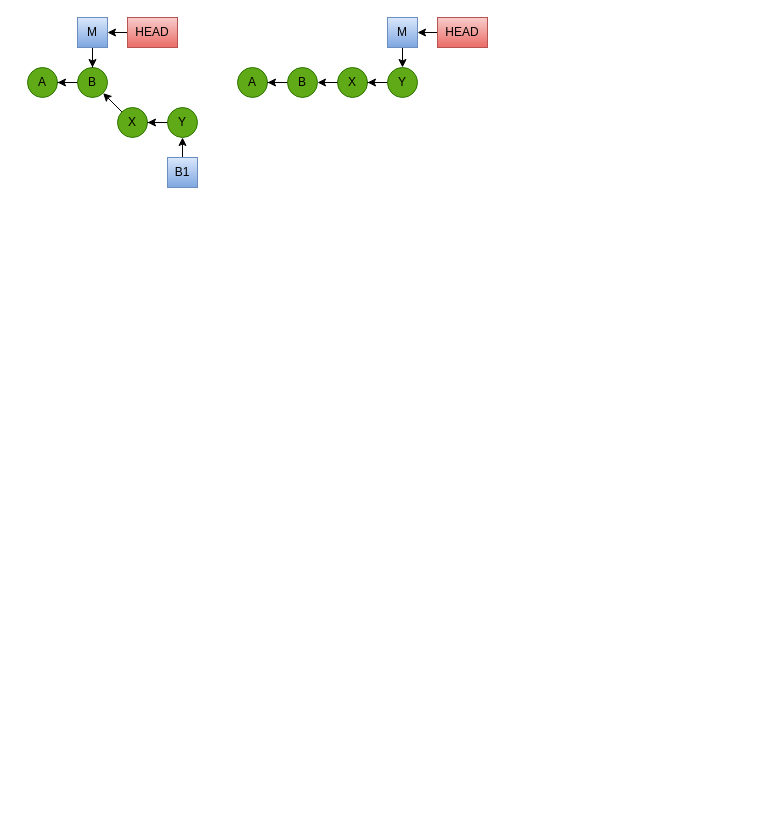
The draw.io diagram page "Git3" (3 of 3) of git/images/Git.drawio in lacounty-isab/workshops, before the edit. Source tidied: cells renumbered, new cells numbered last; positions are measured from the earlier drawing's top-left corner, leaving out a move shared by most shapes. Both pictures are drawn from the tidied source at 100%, with x=0, y=0 at pixel (27, 17).
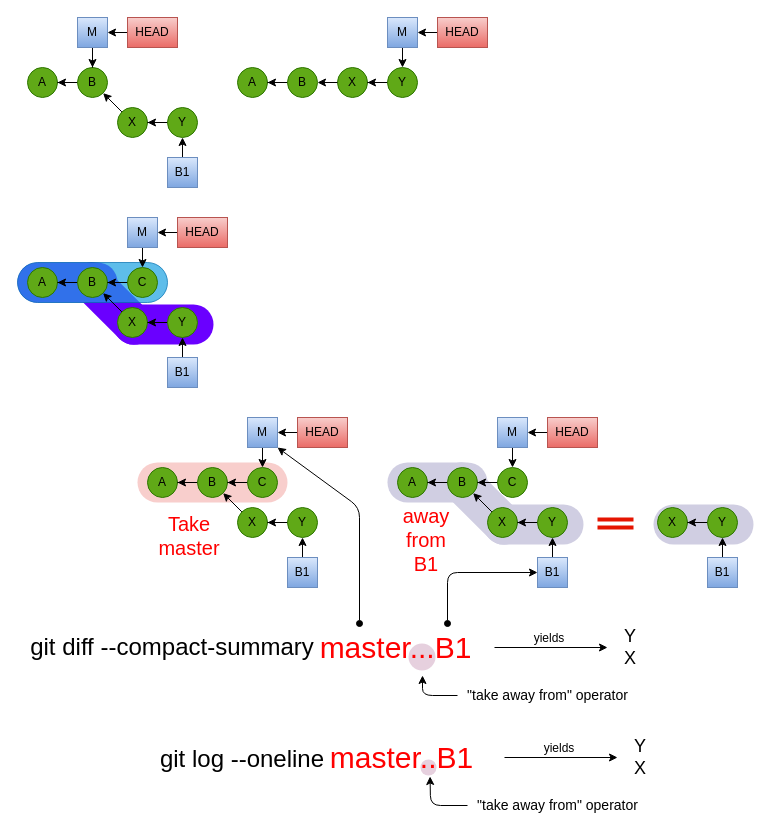
The same page after the edit.

What changed in the source:
```diff
@@
+    <mxCell id="26" parent="0" />
+    <mxCell id="27" style="rounded=1;whiteSpace=wrap;html=1;arcSize=50;fillColor=#6a00ff;strokeColor=none;fontColor=#ffffff;" parent="26" vertex="1">
+      <mxGeometry x="-10" y="245" width="100" height="40" as="geometry" />
+    </mxCell>
+    <mxCell id="28" style="rounded=1;whiteSpace=wrap;html=1;arcSize=50;fillColor=#6a00ff;rotation=45;strokeColor=none;fontColor=#ffffff;" parent="26" vertex="1">
+      <mxGeometry x="35" y="266" width="100" height="40" as="geometry" />
+    </mxCell>
+    <mxCell id="29" style="rounded=1;whiteSpace=wrap;html=1;arcSize=50;fillColor=#6a00ff;strokeColor=none;fontColor=#ffffff;" parent="26" vertex="1">
+      <mxGeometry x="86" y="287" width="100" height="40" as="geometry" />
+    </mxCell>
+    <mxCell id="30" parent="0" />
+    <mxCell id="31" style="rounded=1;whiteSpace=wrap;html=1;arcSize=50;fillColor=#1ba1e2;strokeColor=#006EAF;opacity=70;fontColor=#ffffff;" parent="30" vertex="1">
+      <mxGeometry x="-10" y="245" width="150" height="40" as="geometry" />
+    </mxCell>
@@
+    <mxCell id="32" style="ellipse;whiteSpace=wrap;html=1;labelBackgroundColor=#ffffff;fillColor=#E6D0DE;fontColor=#000000;strokeColor=none;" parent="1" vertex="1">
+      <mxGeometry x="381" y="626" width="27" height="27" as="geometry" />
+    </mxCell>
@@
+    <mxCell id="33" value="&lt;font color=&quot;#000000&quot;&gt;A&lt;/font&gt;" style="ellipse;whiteSpace=wrap;html=1;fillColor=#60a917;strokeColor=#2D7600;fontColor=#ffffff;" parent="1" vertex="1">
+      <mxGeometry y="250" width="30" height="30" as="geometry" />
+    </mxCell>
+    <mxCell id="34" style="edgeStyle=orthogonalEdgeStyle;rounded=0;jettySize=auto;html=1;entryX=1;entryY=0.5;entryDx=0;entryDy=0;" parent="1" edge="1" source="35" target="33">
+      <mxGeometry relative="1" as="geometry" />
+    </mxCell>
+    <mxCell id="35" value="&lt;font color=&quot;#000000&quot;&gt;B&lt;/font&gt;" style="ellipse;whiteSpace=wrap;html=1;fillColor=#60a917;strokeColor=#2D7600;fontColor=#ffffff;" parent="1" vertex="1">
+      <mxGeometry x="50" y="250" width="30" height="30" as="geometry" />
+    </mxCell>
+    <mxCell id="36" style="edgeStyle=orthogonalEdgeStyle;rounded=0;jettySize=auto;html=1;entryX=0.5;entryY=0;entryDx=0;entryDy=0;" parent="1" edge="1" source="37">
+      <mxGeometry relative="1" as="geometry">
+        <mxPoint x="115" y="250" as="targetPoint" />
+      </mxGeometry>
+    </mxCell>
+    <mxCell id="37" value="M" style="whiteSpace=wrap;html=1;fillColor=#dae8fc;strokeColor=#6c8ebf;gradientColor=#7ea6e0;" parent="1" vertex="1">
+      <mxGeometry x="100" y="200" width="30" height="30" as="geometry" />
+    </mxCell>
+    <mxCell id="38" style="edgeStyle=orthogonalEdgeStyle;rounded=0;jettySize=auto;html=1;entryX=1;entryY=0.5;entryDx=0;entryDy=0;fontColor=#000000;" parent="1" edge="1" source="39">
+      <mxGeometry relative="1" as="geometry">
+        <mxPoint x="130" y="215" as="targetPoint" />
+      </mxGeometry>
+    </mxCell>
+    <mxCell id="39" value="HEAD" style="rounded=0;whiteSpace=wrap;html=1;fillColor=#f8cecc;strokeColor=#b85450;gradientColor=#ea6b66;" parent="1" vertex="1">
+      <mxGeometry x="150" y="200" width="50" height="30" as="geometry" />
+    </mxCell>
+    <mxCell id="40" style="edgeStyle=orthogonalEdgeStyle;rounded=0;jettySize=auto;html=1;entryX=0.5;entryY=1;entryDx=0;entryDy=0;fontColor=#000000;" parent="1" edge="1" source="41">
+      <mxGeometry relative="1" as="geometry">
+        <mxPoint x="155" y="320" as="targetPoint" />
+      </mxGeometry>
+    </mxCell>
+    <mxCell id="41" value="B1" style="whiteSpace=wrap;html=1;fillColor=#dae8fc;strokeColor=#6c8ebf;gradientColor=#7ea6e0;" parent="1" vertex="1">
+      <mxGeometry x="140" y="340" width="30" height="30" as="geometry" />
+    </mxCell>
+    <mxCell id="42" value="&lt;font color=&quot;#000000&quot;&gt;X&lt;/font&gt;" style="ellipse;whiteSpace=wrap;html=1;fillColor=#60a917;strokeColor=#2D7600;fontColor=#ffffff;" parent="1" vertex="1">
+      <mxGeometry x="90" y="290" width="30" height="30" as="geometry" />
+    </mxCell>
+    <mxCell id="43" style="endArrow=classic;html=1;fontColor=#000000;entryX=1;entryY=1;entryDx=0;entryDy=0;exitX=0;exitY=0;exitDx=0;exitDy=0;" parent="1" edge="1" source="42" target="35">
+      <mxGeometry relative="1" as="geometry" />
+    </mxCell>
+    <mxCell id="44" style="edgeStyle=orthogonalEdgeStyle;rounded=0;jettySize=auto;html=1;entryX=1;entryY=0.5;entryDx=0;entryDy=0;fontColor=#000000;" parent="1" edge="1" source="45" target="42">
+      <mxGeometry relative="1" as="geometry" />
+    </mxCell>
+    <mxCell id="45" value="&lt;font color=&quot;#000000&quot;&gt;Y&lt;/font&gt;" style="ellipse;whiteSpace=wrap;html=1;fillColor=#60a917;strokeColor=#2D7600;fontColor=#ffffff;" parent="1" vertex="1">
+      <mxGeometry x="140" y="290" width="30" height="30" as="geometry" />
+    </mxCell>
+    <mxCell id="46" style="edgeStyle=orthogonalEdgeStyle;rounded=0;jettySize=auto;html=1;entryX=1;entryY=0.5;entryDx=0;entryDy=0;" parent="1" edge="1" source="47" target="35">
+      <mxGeometry relative="1" as="geometry" />
+    </mxCell>
+    <mxCell id="47" value="&lt;font color=&quot;#000000&quot;&gt;C&lt;/font&gt;" style="ellipse;whiteSpace=wrap;html=1;fillColor=#60a917;strokeColor=#2D7600;fontColor=#ffffff;" parent="1" vertex="1">
+      <mxGeometry x="100" y="250" width="30" height="30" as="geometry" />
+    </mxCell>
+    <mxCell id="48" style="rounded=1;whiteSpace=wrap;html=1;arcSize=50;fillColor=#f8cecc;strokeColor=none;" parent="1" vertex="1">
+      <mxGeometry x="110" y="445" width="150" height="40" as="geometry" />
+    </mxCell>
+    <mxCell id="49" value="&lt;font color=&quot;#000000&quot;&gt;A&lt;/font&gt;" style="ellipse;whiteSpace=wrap;html=1;fillColor=#60a917;strokeColor=#2D7600;fontColor=#ffffff;" parent="1" vertex="1">
+      <mxGeometry x="120" y="450" width="30" height="30" as="geometry" />
+    </mxCell>
+    <mxCell id="50" style="edgeStyle=orthogonalEdgeStyle;rounded=0;jettySize=auto;html=1;entryX=1;entryY=0.5;entryDx=0;entryDy=0;" parent="1" edge="1" source="51" target="49">
+      <mxGeometry relative="1" as="geometry" />
+    </mxCell>
+    <mxCell id="51" value="&lt;font color=&quot;#000000&quot;&gt;B&lt;/font&gt;" style="ellipse;whiteSpace=wrap;html=1;fillColor=#60a917;strokeColor=#2D7600;fontColor=#ffffff;" parent="1" vertex="1">
+      <mxGeometry x="170" y="450" width="30" height="30" as="geometry" />
+    </mxCell>
+    <mxCell id="52" style="edgeStyle=orthogonalEdgeStyle;rounded=0;jettySize=auto;html=1;entryX=0.5;entryY=0;entryDx=0;entryDy=0;" parent="1" edge="1" source="53">
+      <mxGeometry relative="1" as="geometry">
+        <mxPoint x="235" y="450" as="targetPoint" />
+      </mxGeometry>
+    </mxCell>
+    <mxCell id="53" value="M" style="whiteSpace=wrap;html=1;fillColor=#dae8fc;strokeColor=#6c8ebf;gradientColor=#7ea6e0;" parent="1" vertex="1">
+      <mxGeometry x="220" y="400" width="30" height="30" as="geometry" />
+    </mxCell>
+    <mxCell id="54" style="edgeStyle=orthogonalEdgeStyle;rounded=0;jettySize=auto;html=1;entryX=1;entryY=0.5;entryDx=0;entryDy=0;fontColor=#000000;" parent="1" edge="1" source="55">
+      <mxGeometry relative="1" as="geometry">
+        <mxPoint x="250" y="415" as="targetPoint" />
+      </mxGeometry>
+    </mxCell>
+    <mxCell id="55" value="HEAD" style="rounded=0;whiteSpace=wrap;html=1;fillColor=#f8cecc;strokeColor=#b85450;gradientColor=#ea6b66;" parent="1" vertex="1">
+      <mxGeometry x="270" y="400" width="50" height="30" as="geometry" />
+    </mxCell>
+    <mxCell id="56" style="edgeStyle=orthogonalEdgeStyle;rounded=0;jettySize=auto;html=1;entryX=0.5;entryY=1;entryDx=0;entryDy=0;fontColor=#000000;" parent="1" edge="1" source="57">
+      <mxGeometry relative="1" as="geometry">
+        <mxPoint x="275" y="520" as="targetPoint" />
+      </mxGeometry>
+    </mxCell>
+    <mxCell id="57" value="B1" style="whiteSpace=wrap;html=1;fillColor=#dae8fc;strokeColor=#6c8ebf;gradientColor=#7ea6e0;" parent="1" vertex="1">
+      <mxGeometry x="260" y="540" width="30" height="30" as="geometry" />
+    </mxCell>
+    <mxCell id="58" value="&lt;font color=&quot;#000000&quot;&gt;X&lt;/font&gt;" style="ellipse;whiteSpace=wrap;html=1;fillColor=#60a917;strokeColor=#2D7600;fontColor=#ffffff;" parent="1" vertex="1">
+      <mxGeometry x="210" y="490" width="30" height="30" as="geometry" />
+    </mxCell>
+    <mxCell id="59" style="endArrow=classic;html=1;fontColor=#000000;entryX=1;entryY=1;entryDx=0;entryDy=0;exitX=0;exitY=0;exitDx=0;exitDy=0;" parent="1" edge="1" source="58" target="51">
+      <mxGeometry relative="1" as="geometry" />
+    </mxCell>
+    <mxCell id="60" style="edgeStyle=orthogonalEdgeStyle;rounded=0;jettySize=auto;html=1;entryX=1;entryY=0.5;entryDx=0;entryDy=0;fontColor=#000000;" parent="1" edge="1" source="61" target="58">
+      <mxGeometry relative="1" as="geometry" />
+    </mxCell>
+    <mxCell id="61" value="&lt;font color=&quot;#000000&quot;&gt;Y&lt;/font&gt;" style="ellipse;whiteSpace=wrap;html=1;fillColor=#60a917;strokeColor=#2D7600;fontColor=#ffffff;" parent="1" vertex="1">
+      <mxGeometry x="260" y="490" width="30" height="30" as="geometry" />
+    </mxCell>
+    <mxCell id="62" style="edgeStyle=orthogonalEdgeStyle;rounded=0;jettySize=auto;html=1;entryX=1;entryY=0.5;entryDx=0;entryDy=0;" parent="1" edge="1" source="63" target="51">
+      <mxGeometry relative="1" as="geometry" />
+    </mxCell>
+    <mxCell id="63" value="&lt;font color=&quot;#000000&quot;&gt;C&lt;/font&gt;" style="ellipse;whiteSpace=wrap;html=1;fillColor=#60a917;strokeColor=#2D7600;fontColor=#ffffff;" parent="1" vertex="1">
+      <mxGeometry x="220" y="450" width="30" height="30" as="geometry" />
+    </mxCell>
+    <mxCell id="64" value="&lt;font style=&quot;font-size: 20px&quot;&gt;Take master&lt;/font&gt;" style="text;html=1;strokeColor=none;fillColor=none;align=center;verticalAlign=middle;whiteSpace=wrap;rounded=0;opacity=50;fontColor=#FF0000;" parent="1" vertex="1">
+      <mxGeometry x="122" y="495" width="80" height="46" as="geometry" />
+    </mxCell>
+    <mxCell id="65" style="rounded=1;whiteSpace=wrap;html=1;arcSize=50;fillColor=#d0cee2;strokeColor=none;" parent="1" vertex="1">
+      <mxGeometry x="360" y="445" width="100" height="40" as="geometry" />
+    </mxCell>
+    <mxCell id="66" style="rounded=1;whiteSpace=wrap;html=1;arcSize=50;fillColor=#d0cee2;rotation=45;strokeColor=none;" parent="1" vertex="1">
+      <mxGeometry x="405" y="466" width="100" height="40" as="geometry" />
+    </mxCell>
+    <mxCell id="67" style="rounded=1;whiteSpace=wrap;html=1;arcSize=50;fillColor=#d0cee2;strokeColor=none;" parent="1" vertex="1">
+      <mxGeometry x="456" y="487" width="100" height="40" as="geometry" />
+    </mxCell>
+    <mxCell id="68" value="&lt;font color=&quot;#000000&quot;&gt;A&lt;/font&gt;" style="ellipse;whiteSpace=wrap;html=1;fillColor=#60a917;strokeColor=#2D7600;fontColor=#ffffff;" parent="1" vertex="1">
+      <mxGeometry x="370" y="450" width="30" height="30" as="geometry" />
+    </mxCell>
+    <mxCell id="69" style="edgeStyle=orthogonalEdgeStyle;rounded=0;jettySize=auto;html=1;entryX=1;entryY=0.5;entryDx=0;entryDy=0;" parent="1" edge="1" source="70" target="68">
+      <mxGeometry relative="1" as="geometry" />
+    </mxCell>
+    <mxCell id="70" value="&lt;font color=&quot;#000000&quot;&gt;B&lt;/font&gt;" style="ellipse;whiteSpace=wrap;html=1;fillColor=#60a917;strokeColor=#2D7600;fontColor=#ffffff;" parent="1" vertex="1">
+      <mxGeometry x="420" y="450" width="30" height="30" as="geometry" />
+    </mxCell>
+    <mxCell id="71" style="edgeStyle=orthogonalEdgeStyle;rounded=0;jettySize=auto;html=1;entryX=0.5;entryY=0;entryDx=0;entryDy=0;" parent="1" edge="1" source="72">
+      <mxGeometry relative="1" as="geometry">
+        <mxPoint x="485" y="450" as="targetPoint" />
+      </mxGeometry>
+    </mxCell>
+    <mxCell id="72" value="M" style="whiteSpace=wrap;html=1;fillColor=#dae8fc;strokeColor=#6c8ebf;gradientColor=#7ea6e0;" parent="1" vertex="1">
+      <mxGeometry x="470" y="400" width="30" height="30" as="geometry" />
+    </mxCell>
+    <mxCell id="73" style="edgeStyle=orthogonalEdgeStyle;rounded=0;jettySize=auto;html=1;entryX=1;entryY=0.5;entryDx=0;entryDy=0;fontColor=#000000;" parent="1" edge="1" source="74">
+      <mxGeometry relative="1" as="geometry">
+        <mxPoint x="500" y="415" as="targetPoint" />
+      </mxGeometry>
+    </mxCell>
+    <mxCell id="74" value="HEAD" style="rounded=0;whiteSpace=wrap;html=1;fillColor=#f8cecc;strokeColor=#b85450;gradientColor=#ea6b66;" parent="1" vertex="1">
+      <mxGeometry x="520" y="400" width="50" height="30" as="geometry" />
+    </mxCell>
+    <mxCell id="75" style="edgeStyle=orthogonalEdgeStyle;rounded=0;jettySize=auto;html=1;entryX=0.5;entryY=1;entryDx=0;entryDy=0;fontColor=#000000;" parent="1" edge="1" source="76">
+      <mxGeometry relative="1" as="geometry">
+        <mxPoint x="525" y="520" as="targetPoint" />
+      </mxGeometry>
+    </mxCell>
+    <mxCell id="76" value="B1" style="whiteSpace=wrap;html=1;fillColor=#dae8fc;strokeColor=#6c8ebf;gradientColor=#7ea6e0;" parent="1" vertex="1">
+      <mxGeometry x="510" y="540" width="30" height="30" as="geometry" />
+    </mxCell>
+    <mxCell id="77" value="&lt;font color=&quot;#000000&quot;&gt;X&lt;/font&gt;" style="ellipse;whiteSpace=wrap;html=1;fillColor=#60a917;strokeColor=#2D7600;fontColor=#ffffff;" parent="1" vertex="1">
+      <mxGeometry x="460" y="490" width="30" height="30" as="geometry" />
+    </mxCell>
+    <mxCell id="78" style="endArrow=classic;html=1;fontColor=#000000;entryX=1;entryY=1;entryDx=0;entryDy=0;exitX=0;exitY=0;exitDx=0;exitDy=0;" parent="1" edge="1" source="77" target="70">
+      <mxGeometry relative="1" as="geometry" />
+    </mxCell>
+    <mxCell id="79" style="edgeStyle=orthogonalEdgeStyle;rounded=0;jettySize=auto;html=1;entryX=1;entryY=0.5;entryDx=0;entryDy=0;fontColor=#000000;" parent="1" edge="1" source="80" target="77">
+      <mxGeometry relative="1" as="geometry" />
+    </mxCell>
+    <mxCell id="80" value="&lt;font color=&quot;#000000&quot;&gt;Y&lt;/font&gt;" style="ellipse;whiteSpace=wrap;html=1;fillColor=#60a917;strokeColor=#2D7600;fontColor=#ffffff;" parent="1" vertex="1">
+      <mxGeometry x="510" y="490" width="30" height="30" as="geometry" />
+    </mxCell>
+    <mxCell id="81" style="edgeStyle=orthogonalEdgeStyle;rounded=0;jettySize=auto;html=1;entryX=1;entryY=0.5;entryDx=0;entryDy=0;" parent="1" edge="1" source="82" target="70">
+      <mxGeometry relative="1" as="geometry" />
+    </mxCell>
+    <mxCell id="82" value="&lt;font color=&quot;#000000&quot;&gt;C&lt;/font&gt;" style="ellipse;whiteSpace=wrap;html=1;fillColor=#60a917;strokeColor=#2D7600;fontColor=#ffffff;" parent="1" vertex="1">
+      <mxGeometry x="470" y="450" width="30" height="30" as="geometry" />
+    </mxCell>
+    <mxCell id="83" value="&lt;font style=&quot;font-size: 20px&quot;&gt;away&lt;br&gt;from&lt;br&gt;B1&lt;br&gt;&lt;/font&gt;" style="text;html=1;strokeColor=none;fillColor=none;align=center;verticalAlign=middle;whiteSpace=wrap;rounded=0;opacity=50;fontColor=#FF0000;" parent="1" vertex="1">
+      <mxGeometry x="369" y="487" width="60" height="70" as="geometry" />
+    </mxCell>
+    <mxCell id="84" style="rounded=1;whiteSpace=wrap;html=1;arcSize=50;fillColor=#d0cee2;strokeColor=none;" parent="1" vertex="1">
+      <mxGeometry x="626" y="487" width="100" height="40" as="geometry" />
+    </mxCell>
+    <mxCell id="85" style="edgeStyle=orthogonalEdgeStyle;rounded=0;jettySize=auto;html=1;entryX=0.5;entryY=1;entryDx=0;entryDy=0;fontColor=#000000;" parent="1" edge="1" source="86">
+      <mxGeometry relative="1" as="geometry">
+        <mxPoint x="695" y="520" as="targetPoint" />
+      </mxGeometry>
+    </mxCell>
+    <mxCell id="86" value="B1" style="whiteSpace=wrap;html=1;fillColor=#dae8fc;strokeColor=#6c8ebf;gradientColor=#7ea6e0;" parent="1" vertex="1">
+      <mxGeometry x="680" y="540" width="30" height="30" as="geometry" />
+    </mxCell>
+    <mxCell id="87" value="&lt;font color=&quot;#000000&quot;&gt;X&lt;/font&gt;" style="ellipse;whiteSpace=wrap;html=1;fillColor=#60a917;strokeColor=#2D7600;fontColor=#ffffff;" parent="1" vertex="1">
+      <mxGeometry x="630" y="490" width="30" height="30" as="geometry" />
+    </mxCell>
+    <mxCell id="88" style="edgeStyle=orthogonalEdgeStyle;rounded=0;jettySize=auto;html=1;entryX=1;entryY=0.5;entryDx=0;entryDy=0;fontColor=#000000;" parent="1" edge="1" source="89" target="87">
+      <mxGeometry relative="1" as="geometry" />
+    </mxCell>
+    <mxCell id="89" value="&lt;font color=&quot;#000000&quot;&gt;Y&lt;/font&gt;" style="ellipse;whiteSpace=wrap;html=1;fillColor=#60a917;strokeColor=#2D7600;fontColor=#ffffff;" parent="1" vertex="1">
+      <mxGeometry x="680" y="490" width="30" height="30" as="geometry" />
+    </mxCell>
+    <mxCell id="90" value="&lt;font style=&quot;font-size: 30px&quot;&gt;master...B1&lt;/font&gt;" style="text;html=1;strokeColor=none;fillColor=none;align=center;verticalAlign=middle;whiteSpace=wrap;rounded=0;fontColor=#FF0000;" parent="1" vertex="1">
+      <mxGeometry x="270" y="610" width="197" height="40" as="geometry" />
+    </mxCell>
+    <mxCell id="91" style="endArrow=classic;html=1;fontColor=#FF0000;entryX=1;entryY=1;entryDx=0;entryDy=0;startArrow=oval;startFill=1;" parent="1" edge="1" target="53">
+      <mxGeometry relative="1" as="geometry">
+        <mxPoint x="332" y="606" as="sourcePoint" />
+        <Array as="points">
+          <mxPoint x="332" y="490" />
+        </Array>
+      </mxGeometry>
+    </mxCell>
+    <mxCell id="92" style="endArrow=classic;html=1;fontColor=#FF0000;exitX=0.25;exitY=0;exitDx=0;exitDy=0;entryX=0;entryY=0.5;entryDx=0;entryDy=0;startArrow=oval;startFill=1;" parent="1" edge="1" target="76">
+      <mxGeometry relative="1" as="geometry">
+        <mxPoint x="420" y="606" as="sourcePoint" />
+        <Array as="points">
+          <mxPoint x="420" y="555" />
+        </Array>
+      </mxGeometry>
+    </mxCell>
+    <mxCell id="93" value="&lt;font color=&quot;#000000&quot; style=&quot;font-size: 24px&quot;&gt;git diff --compact-summary&lt;/font&gt;" style="text;html=1;strokeColor=none;fillColor=none;align=center;verticalAlign=middle;whiteSpace=wrap;rounded=0;fontColor=#FF0000;" parent="1" vertex="1">
+      <mxGeometry x="-10" y="615" width="310" height="30" as="geometry" />
+    </mxCell>
+    <mxCell id="94" value="&lt;font style=&quot;font-size: 18px&quot;&gt;Y&lt;br&gt;X&lt;/font&gt;" style="text;html=1;strokeColor=none;fillColor=none;align=center;verticalAlign=middle;whiteSpace=wrap;rounded=0;fontColor=#000000;" parent="1" vertex="1">
+      <mxGeometry x="580" y="615.5" width="46" height="29" as="geometry" />
+    </mxCell>
+    <mxCell id="95" style="endArrow=classic;html=1;fontColor=#000000;entryX=0;entryY=0.5;entryDx=0;entryDy=0;" parent="1" edge="1" source="90" target="94">
+      <mxGeometry relative="1" as="geometry" />
+    </mxCell>
+    <mxCell id="96" style="group;" parent="1" vertex="1">
+      <mxGeometry x="570" y="500" width="36" height="12" as="geometry" />
+    </mxCell>
+    <mxCell id="97" style="group;" parent="96" vertex="1">
+      <mxGeometry width="36" height="12" as="geometry" />
+    </mxCell>
+    <mxCell id="98" style="rounded=0;whiteSpace=wrap;html=1;fillColor=#e51400;fontColor=#ffffff;strokeColor=none;" parent="97" vertex="1">
+      <mxGeometry width="36" height="4" as="geometry" />
+    </mxCell>
+    <mxCell id="99" style="rounded=0;whiteSpace=wrap;html=1;fillColor=#e51400;fontColor=#ffffff;strokeColor=none;" parent="97" vertex="1">
+      <mxGeometry y="8" width="36" height="4" as="geometry" />
+    </mxCell>
+    <mxCell id="100" style="endArrow=classic;html=1;fontColor=#000000;" parent="1" edge="1">
+      <mxGeometry relative="1" as="geometry">
+        <mxPoint x="430" y="678" as="sourcePoint" />
+        <mxPoint x="395" y="658" as="targetPoint" />
+        <Array as="points">
+          <mxPoint x="395" y="678" />
+        </Array>
+      </mxGeometry>
+    </mxCell>
+    <mxCell id="101" value="&lt;font style=&quot;font-size: 14px&quot;&gt;&quot;take away from&quot; operator&lt;/font&gt;" style="text;html=1;strokeColor=none;fillColor=none;align=center;verticalAlign=middle;whiteSpace=wrap;rounded=0;labelBackgroundColor=none;fontColor=#000000;" parent="1" vertex="1">
+      <mxGeometry x="431" y="668" width="179" height="20" as="geometry" />
+    </mxCell>
+    <mxCell id="102" value="yields" style="text;html=1;strokeColor=none;fillColor=none;align=center;verticalAlign=middle;whiteSpace=wrap;rounded=0;labelBackgroundColor=none;fontColor=#000000;" parent="1" vertex="1">
+      <mxGeometry x="502" y="611" width="40" height="20" as="geometry" />
+    </mxCell>
+    <mxCell id="103" style="ellipse;whiteSpace=wrap;html=1;labelBackgroundColor=#ffffff;fillColor=#E6D0DE;fontColor=#000000;strokeColor=none;" parent="1" vertex="1">
+      <mxGeometry x="393" y="742" width="16" height="16" as="geometry" />
+    </mxCell>
+    <mxCell id="104" value="&lt;font style=&quot;font-size: 30px&quot;&gt;master..B1&lt;/font&gt;" style="text;html=1;strokeColor=none;fillColor=none;align=center;verticalAlign=middle;whiteSpace=wrap;rounded=0;fontColor=#FF0000;" parent="1" vertex="1">
+      <mxGeometry x="272" y="720" width="205" height="40" as="geometry" />
+    </mxCell>
+    <mxCell id="105" value="&lt;font color=&quot;#000000&quot; style=&quot;font-size: 24px&quot;&gt;git log --oneline&lt;/font&gt;" style="text;html=1;strokeColor=none;fillColor=none;align=center;verticalAlign=middle;whiteSpace=wrap;rounded=0;fontColor=#FF0000;" parent="1" vertex="1">
+      <mxGeometry x="120" y="727" width="190" height="30" as="geometry" />
+    </mxCell>
+    <mxCell id="106" value="&lt;font style=&quot;font-size: 18px&quot;&gt;Y&lt;br&gt;X&lt;/font&gt;" style="text;html=1;strokeColor=none;fillColor=none;align=center;verticalAlign=middle;whiteSpace=wrap;rounded=0;fontColor=#000000;" parent="1" vertex="1">
+      <mxGeometry x="590" y="725.5" width="46" height="29" as="geometry" />
+    </mxCell>
+    <mxCell id="107" style="endArrow=classic;html=1;fontColor=#000000;entryX=0;entryY=0.5;entryDx=0;entryDy=0;" parent="1" edge="1" source="104" target="106">
+      <mxGeometry relative="1" as="geometry" />
+    </mxCell>
+    <mxCell id="108" style="endArrow=classic;html=1;fontColor=#000000;entryX=0.637;entryY=0.975;entryDx=0;entryDy=0;entryPerimeter=0;" parent="1" edge="1" target="104">
+      <mxGeometry relative="1" as="geometry">
+        <mxPoint x="440" y="788" as="sourcePoint" />
+        <Array as="points">
+          <mxPoint x="403" y="788" />
+        </Array>
+      </mxGeometry>
+    </mxCell>
+    <mxCell id="109" value="&lt;font style=&quot;font-size: 14px&quot;&gt;&quot;take away from&quot; operator&lt;/font&gt;" style="text;html=1;strokeColor=none;fillColor=none;align=center;verticalAlign=middle;whiteSpace=wrap;rounded=0;labelBackgroundColor=none;fontColor=#000000;" parent="1" vertex="1">
+      <mxGeometry x="441" y="778" width="179" height="20" as="geometry" />
+    </mxCell>
+    <mxCell id="110" value="yields" style="text;html=1;strokeColor=none;fillColor=none;align=center;verticalAlign=middle;whiteSpace=wrap;rounded=0;labelBackgroundColor=none;fontColor=#000000;" parent="1" vertex="1">
+      <mxGeometry x="512" y="721" width="40" height="20" as="geometry" />
+    </mxCell>
```
